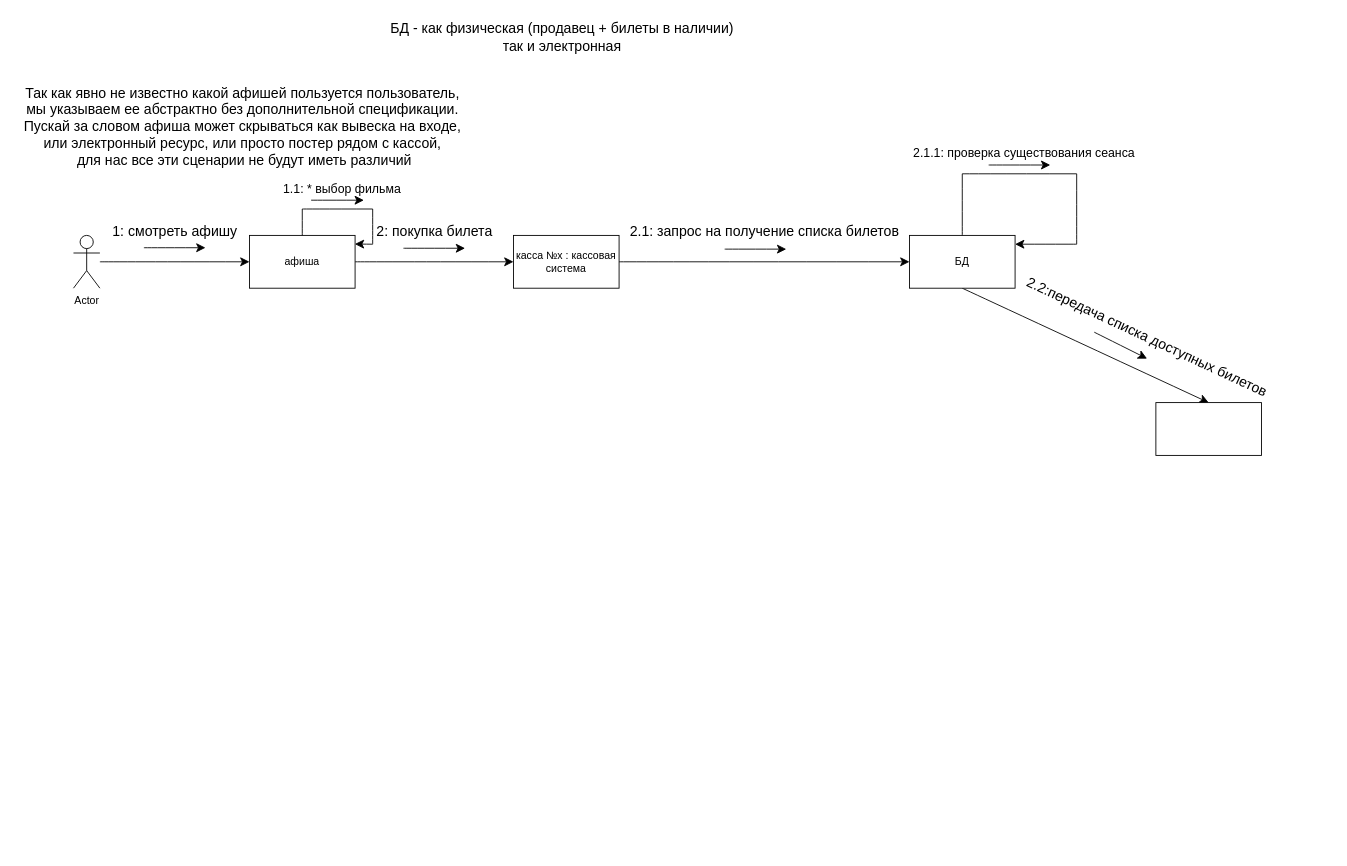
This is Диаграмма последовательностей.drawio from ANDaniell/-design-practice, a draw.io file, before an edit. Source tidied: cells renumbered, new cells numbered last; positions are measured from the earlier drawing's top-left corner, leaving out a move shared by most shapes. Both pictures are drawn from the tidied source at 88%, with x=0, y=0 at pixel (15, 15).
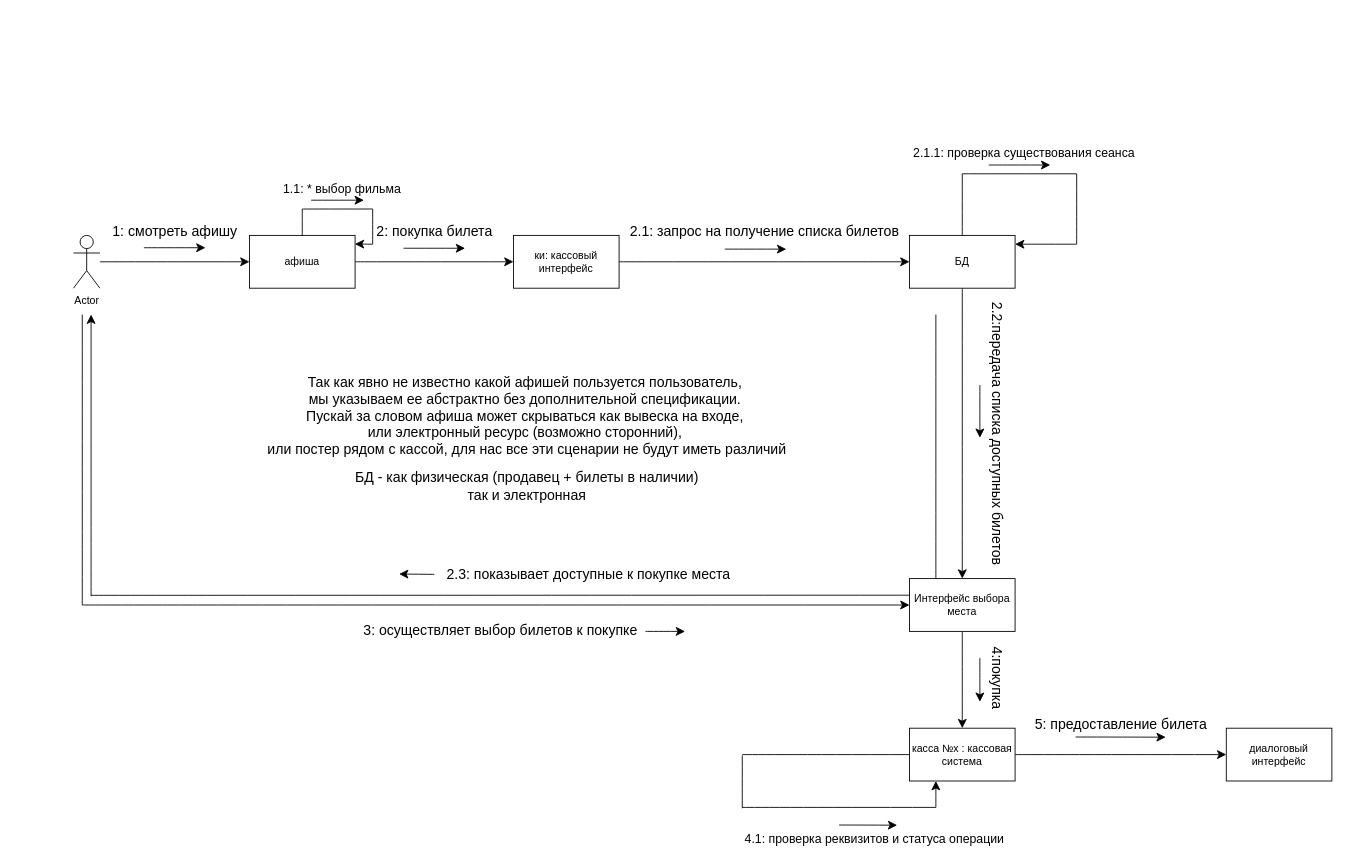
Above is the later version.

Unchanged cells that the change refers to:
```xml
<mxCell id="5" value="афиша" style="rounded=0;whiteSpace=wrap;html=1;" parent="1" vertex="1">
  <mxGeometry x="266" y="250" width="120" height="60" as="geometry" />
</mxCell>
<mxCell id="18" value="БД" style="rounded=0;whiteSpace=wrap;html=1;" parent="1" vertex="1">
  <mxGeometry x="1016" y="250" width="120" height="60" as="geometry" />
</mxCell>
```

What changed in the source:
```diff
@@
-    <mxCell id="4" style="edgeStyle=none;curved=1;rounded=0;jettySize=auto;html=1;exitX=1;exitY=0.5;exitDx=0;exitDy=0;entryX=0;entryY=0.5;entryDx=0;entryDy=0;fontSize=12;startSize=8;endSize=8;" parent="1" edge="1" source="5" target="14">
-      <mxGeometry relative="1" as="geometry" />
+    <mxCell id="4" style="edgeStyle=none;curved=1;rounded=0;jettySize=auto;html=1;exitX=1;exitY=0.5;exitDx=0;exitDy=0;entryX=0;entryY=0.5;entryDx=0;entryDy=0;fontSize=12;startSize=8;endSize=8;" parent="1" edge="1" source="5">
+      <mxGeometry relative="1" as="geometry">
+        <mxPoint x="566" y="280" as="targetPoint" />
+      </mxGeometry>
     </mxCell>
@@
-    <mxCell id="13" style="edgeStyle=none;curved=1;rounded=0;jettySize=auto;html=1;exitX=1;exitY=0.5;exitDx=0;exitDy=0;fontSize=12;startSize=8;endSize=8;" parent="1" edge="1" source="14" target="18">
-      <mxGeometry relative="1" as="geometry" />
+    <mxCell id="13" style="edgeStyle=none;curved=1;rounded=0;jettySize=auto;html=1;exitX=1;exitY=0.5;exitDx=0;exitDy=0;fontSize=12;startSize=8;endSize=8;" parent="1" edge="1" target="18">
+      <mxGeometry relative="1" as="geometry">
+        <mxPoint x="686" y="280" as="sourcePoint" />
+      </mxGeometry>
     </mxCell>
-    <mxCell id="14" value="касса №x : кассовая система" style="rounded=0;whiteSpace=wrap;html=1;" parent="1" vertex="1">
-      <mxGeometry x="566" y="250" width="120" height="60" as="geometry" />
-    </mxCell>
@@
-    <mxCell id="16" value="Так как явно не известно какой афишей пользуется пользователь,&amp;nbsp;&lt;div&gt;мы указываем ее абстрактно без дополнительной спецификации.&amp;nbsp;&lt;div&gt;Пускай за словом афиша может скрываться как вывеска на входе,&amp;nbsp;&lt;/div&gt;&lt;div&gt;или электронный ресурс, или просто постер рядом с кассой,&amp;nbsp;&lt;/div&gt;&lt;div&gt;для нас все эти сценарии не будут иметь различий&lt;/div&gt;&lt;/div&gt;" style="text;html=1;align=center;verticalAlign=middle;strokeColor=none;fillColor=none;fontSize=16;" parent="1" vertex="1">
-      <mxGeometry y="71" width="520" height="110" as="geometry" />
+    <mxCell id="16" value="Так как явно не известно какой афишей пользуется пользователь,&amp;nbsp;&lt;div&gt;мы указываем ее абстрактно без дополнительной спецификации.&amp;nbsp;&lt;div&gt;Пускай за словом афиша может скрываться как вывеска на входе,&amp;nbsp;&lt;/div&gt;&lt;div&gt;или электронный ресурс (возможно сторонний),&amp;nbsp;&lt;/div&gt;&lt;div&gt;или постер рядом с кассой,&amp;nbsp;&lt;span style=&quot;background-color: initial;&quot;&gt;для нас все эти сценарии не будут иметь различий&lt;/span&gt;&lt;/div&gt;&lt;/div&gt;" style="text;html=1;align=center;verticalAlign=middle;strokeColor=none;fillColor=none;fontSize=16;" parent="1" vertex="1">
+      <mxGeometry x="276" y="400" width="610" height="110" as="geometry" />
     </mxCell>
@@
     <mxCell id="19" value="БД - как физическая (продавец + билеты в наличии)&lt;div&gt;так и электронная&lt;/div&gt;" style="text;html=1;align=center;verticalAlign=middle;strokeColor=none;fillColor=none;fontSize=16;" parent="1" vertex="1">
-      <mxGeometry x="416" width="410" height="50" as="geometry" />
+      <mxGeometry x="376" y="510" width="410" height="50" as="geometry" />
     </mxCell>
@@
+    <mxCell id="33" style="edgeStyle=none;curved=1;rounded=0;jettySize=auto;html=1;exitX=0.5;exitY=1;exitDx=0;exitDy=0;fontSize=12;startSize=8;endSize=8;" parent="1" edge="1" source="21" target="14">
+      <mxGeometry relative="1" as="geometry" />
+    </mxCell>
-    <mxCell id="21" style="rounded=0;whiteSpace=wrap;html=1;" parent="1" vertex="1">
-      <mxGeometry x="1296" y="440" width="120" height="60" as="geometry" />
+    <mxCell id="21" value="Интерфейс выбора места" style="rounded=0;whiteSpace=wrap;html=1;" parent="1" vertex="1">
+      <mxGeometry x="1016" y="640" width="120" height="60" as="geometry" />
     </mxCell>
@@
-    <mxCell id="31" value="2.2:передача списка доступных билетов" style="text;html=1;align=center;verticalAlign=middle;strokeColor=none;fillColor=none;fontSize=16;rotation=25;" parent="1" vertex="1">
-      <mxGeometry x="1126" y="350" width="320" height="30" as="geometry" />
+    <mxCell id="31" value="2.2:передача списка доступных билетов" style="text;html=1;align=center;verticalAlign=middle;strokeColor=none;fillColor=none;fontSize=16;rotation=90;" parent="1" vertex="1">
+      <mxGeometry x="956" y="460" width="320" height="30" as="geometry" />
     </mxCell>
-    <mxCell id="32" style="edgeStyle=none;curved=1;rounded=0;orthogonalLoop=1;jettySize=auto;html=1;entryX=0.5;entryY=0;entryDx=0;entryDy=0;fontSize=12;startSize=8;endSize=8;" parent="1" edge="1">
+    <mxCell id="32" style="edgeStyle=none;curved=1;rounded=0;orthogonalLoop=1;jettySize=auto;html=1;fontSize=12;startSize=8;endSize=8;" parent="1" edge="1">
       <mxGeometry relative="1" as="geometry">
-        <mxPoint x="1226" y="360" as="sourcePoint" />
-        <mxPoint x="1286" y="390" as="targetPoint" />
+        <mxPoint x="1096" y="420" as="sourcePoint" />
+        <mxPoint x="1096" y="480" as="targetPoint" />
       </mxGeometry>
     </mxCell>
+    <mxCell id="34" style="endArrow=none;html=1;rounded=0;fontSize=12;startSize=8;endSize=8;curved=1;entryX=0.004;entryY=0.314;entryDx=0;entryDy=0;entryPerimeter=0;" parent="1" edge="1" target="21">
+      <mxGeometry relative="1" as="geometry">
+        <mxPoint x="86" y="659" as="sourcePoint" />
+      </mxGeometry>
+    </mxCell>
+    <mxCell id="35" style="endArrow=classic;html=1;rounded=0;fontSize=12;startSize=8;endSize=8;curved=1;" parent="1" edge="1">
+      <mxGeometry relative="1" as="geometry">
+        <mxPoint x="86" y="660" as="sourcePoint" />
+        <mxPoint x="86" y="340" as="targetPoint" />
+      </mxGeometry>
+    </mxCell>
+    <mxCell id="36" value="2.3: показывает доступные к покупке места" style="text;html=1;align=center;verticalAlign=middle;strokeColor=none;fillColor=none;fontSize=16;" parent="1" vertex="1">
+      <mxGeometry x="476" y="620" width="350" height="30" as="geometry" />
+    </mxCell>
+    <mxCell id="37" style="endArrow=classic;html=1;rounded=0;fontSize=12;startSize=8;endSize=8;curved=1;" parent="1" edge="1">
+      <mxGeometry relative="1" as="geometry">
+        <mxPoint x="476" y="635.2" as="sourcePoint" />
+        <mxPoint x="436" y="634.8" as="targetPoint" />
+      </mxGeometry>
+    </mxCell>
+    <mxCell id="38" style="endArrow=none;html=1;rounded=0;fontSize=12;startSize=8;endSize=8;curved=1;" parent="1" edge="1">
+      <mxGeometry relative="1" as="geometry">
+        <mxPoint x="76" y="670" as="sourcePoint" />
+        <mxPoint x="76" y="340" as="targetPoint" />
+      </mxGeometry>
+    </mxCell>
+    <mxCell id="39" style="endArrow=classic;html=1;rounded=0;fontSize=12;startSize=8;endSize=8;curved=1;entryX=0;entryY=0.5;entryDx=0;entryDy=0;" parent="1" edge="1" target="21">
+      <mxGeometry relative="1" as="geometry">
+        <mxPoint x="76" y="670" as="sourcePoint" />
+      </mxGeometry>
+    </mxCell>
+    <mxCell id="40" style="endArrow=classic;html=1;rounded=0;fontSize=12;startSize=8;endSize=8;curved=1;" parent="1" edge="1">
+      <mxGeometry relative="1" as="geometry">
+        <mxPoint x="716" y="700" as="sourcePoint" />
+        <mxPoint x="761" y="700" as="targetPoint" />
+      </mxGeometry>
+    </mxCell>
+    <mxCell id="41" value="3: осуществляет выбор билетов к покупке" style="text;html=1;align=center;verticalAlign=middle;strokeColor=none;fillColor=none;fontSize=16;" parent="1" vertex="1">
+      <mxGeometry x="386" y="684" width="330" height="30" as="geometry" />
+    </mxCell>
+    <mxCell id="42" style="endArrow=none;html=1;rounded=0;fontSize=12;startSize=8;endSize=8;curved=1;" parent="1" edge="1">
+      <mxGeometry relative="1" as="geometry">
+        <mxPoint x="1046" y="640" as="sourcePoint" />
+        <mxPoint x="1046" y="340" as="targetPoint" />
+      </mxGeometry>
+    </mxCell>
+    <mxCell id="43" value="4:покупка&amp;nbsp;" style="text;html=1;align=center;verticalAlign=middle;strokeColor=none;fillColor=none;fontSize=16;rotation=90;" parent="1" vertex="1">
+      <mxGeometry x="1066" y="740" width="100" height="30" as="geometry" />
+    </mxCell>
+    <mxCell id="44" style="edgeStyle=none;curved=1;rounded=0;jettySize=auto;html=1;fontSize=12;startSize=8;endSize=8;" parent="1" edge="1" source="14" target="53">
+      <mxGeometry relative="1" as="geometry" />
+    </mxCell>
+    <mxCell id="14" value="касса №x : кассовая система" style="rounded=0;whiteSpace=wrap;html=1;" parent="1" vertex="1">
+      <mxGeometry x="1016" y="810" width="120" height="60" as="geometry" />
+    </mxCell>
+    <mxCell id="45" value="ки: кассовый интерфейс" style="rounded=0;whiteSpace=wrap;html=1;" parent="1" vertex="1">
+      <mxGeometry x="566" y="250" width="120" height="60" as="geometry" />
+    </mxCell>
+    <mxCell id="46" style="endArrow=classic;html=1;rounded=0;fontSize=12;startSize=8;endSize=8;curved=1;" parent="1" edge="1">
+      <mxGeometry relative="1" as="geometry">
+        <mxPoint x="1096" y="730" as="sourcePoint" />
+        <mxPoint x="1096" y="780" as="targetPoint" />
+      </mxGeometry>
+    </mxCell>
+    <mxCell id="47" style="endArrow=none;html=1;rounded=0;fontSize=12;startSize=8;endSize=8;curved=1;" parent="1" edge="1">
+      <mxGeometry relative="1" as="geometry">
+        <mxPoint x="826" y="840" as="sourcePoint" />
+        <mxPoint x="1016" y="840" as="targetPoint" />
+      </mxGeometry>
+    </mxCell>
+    <mxCell id="48" style="endArrow=none;html=1;rounded=0;fontSize=12;startSize=8;endSize=8;curved=1;" parent="1" edge="1">
+      <mxGeometry relative="1" as="geometry">
+        <mxPoint x="826" y="901" as="sourcePoint" />
+        <mxPoint x="826" y="841" as="targetPoint" />
+      </mxGeometry>
+    </mxCell>
+    <mxCell id="49" style="endArrow=none;html=1;rounded=0;fontSize=12;startSize=8;endSize=8;curved=1;" parent="1" edge="1">
+      <mxGeometry relative="1" as="geometry">
+        <mxPoint x="826" y="900" as="sourcePoint" />
+        <mxPoint x="1046" y="900" as="targetPoint" />
+      </mxGeometry>
+    </mxCell>
+    <mxCell id="50" style="endArrow=classic;html=1;rounded=0;fontSize=12;startSize=8;endSize=8;curved=1;entryX=0.25;entryY=1;entryDx=0;entryDy=0;" parent="1" edge="1" target="14">
+      <mxGeometry relative="1" as="geometry">
+        <mxPoint x="1046" y="900" as="sourcePoint" />
+      </mxGeometry>
+    </mxCell>
+    <mxCell id="51" value="&lt;font style=&quot;font-size: 14px;&quot;&gt;4.1: проверка реквизитов и статуса операции&lt;/font&gt;" style="text;html=1;align=center;verticalAlign=middle;strokeColor=none;fillColor=none;fontSize=16;" parent="1" vertex="1">
+      <mxGeometry x="816" y="920" width="320" height="30" as="geometry" />
+    </mxCell>
+    <mxCell id="52" style="endArrow=classic;html=1;rounded=0;fontSize=12;startSize=8;endSize=8;curved=1;exitX=0.2;exitY=-0.008;exitDx=0;exitDy=0;exitPerimeter=0;" parent="1" edge="1">
+      <mxGeometry relative="1" as="geometry">
+        <mxPoint x="936" y="920" as="sourcePoint" />
+        <mxPoint x="1002" y="920.2" as="targetPoint" />
+      </mxGeometry>
+    </mxCell>
+    <mxCell id="53" value="диалоговый интерфейс" style="rounded=0;whiteSpace=wrap;html=1;" parent="1" vertex="1">
+      <mxGeometry x="1376" y="810" width="120" height="60" as="geometry" />
+    </mxCell>
+    <mxCell id="54" value="5: предоставление билета" style="text;html=1;align=center;verticalAlign=middle;strokeColor=none;fillColor=none;fontSize=16;" parent="1" vertex="1">
+      <mxGeometry x="1146" y="790" width="220" height="30" as="geometry" />
+    </mxCell>
+    <mxCell id="55" style="endArrow=classic;html=1;rounded=0;fontSize=12;startSize=8;endSize=8;curved=1;entryX=0.784;entryY=1.005;entryDx=0;entryDy=0;entryPerimeter=0;" parent="1" edge="1">
+      <mxGeometry relative="1" as="geometry">
+        <mxPoint x="1204.8" y="820" as="sourcePoint" />
+        <mxPoint x="1307.2" y="820.2" as="targetPoint" />
+      </mxGeometry>
+    </mxCell>
```
